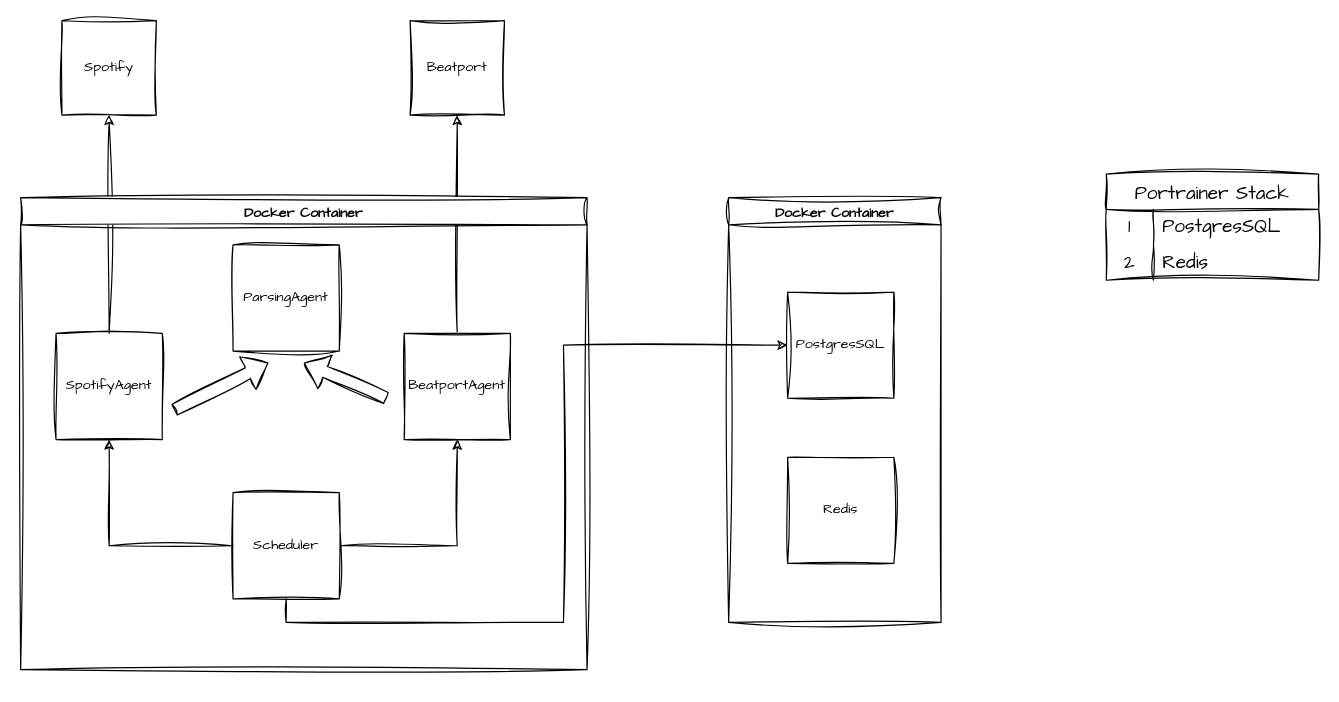
This is Diagrams/BigPicture.drawio from Y15/GrooveFinder, a draw.io file, before an edit. Source tidied: cells renumbered, new cells numbered last; positions are measured from the earlier drawing's top-left corner, leaving out a move shared by most shapes. Both pictures are drawn from the tidied source at 118%, with x=0, y=0 at pixel (20, 20).
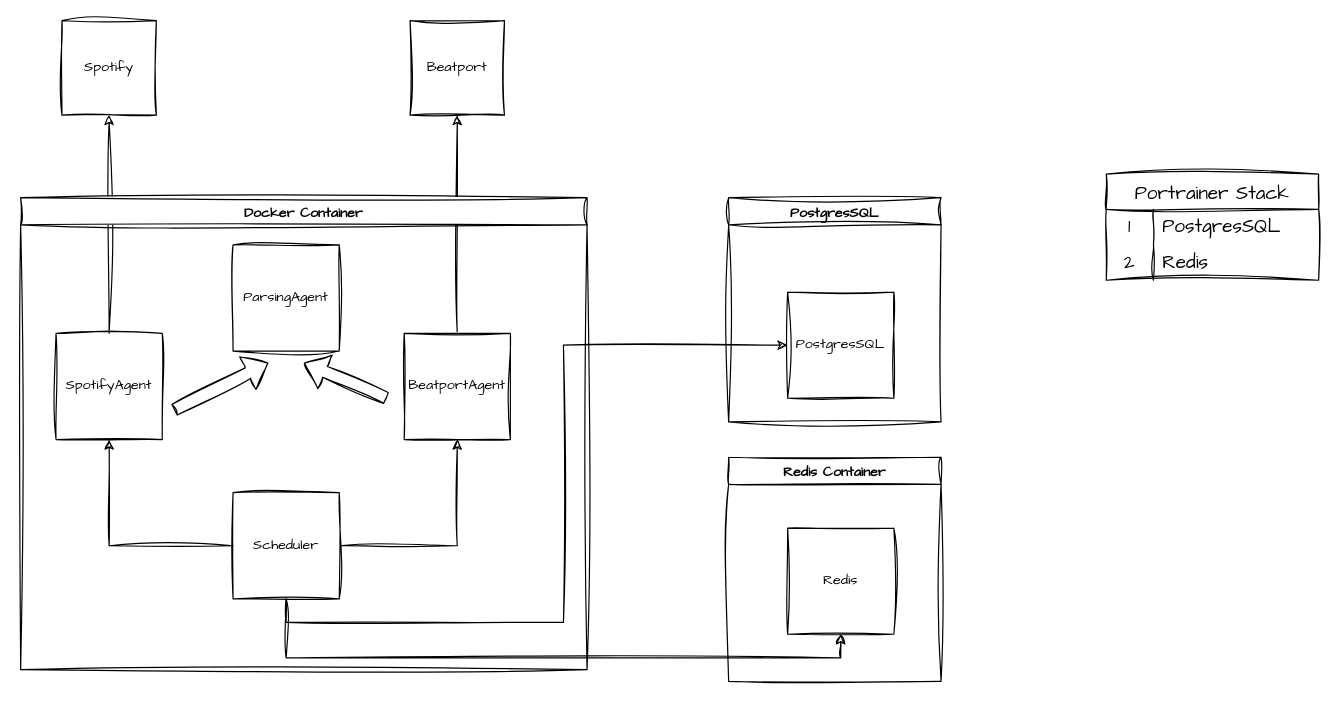
The same page after the edit.

Commit message (it also covers changes not shown here):
connection to postgresSQL is working

The change refers to these unchanged cells:
```xml
<mxCell id="14" value="Scheduler" style="whiteSpace=wrap;html=1;sketch=1;hachureGap=4;jiggle=2;curveFitting=1;fontFamily=Architects Daughter;" parent="6" vertex="1">
  <mxGeometry x="180" y="250" width="90" height="90" as="geometry" />
</mxCell>
```

Change to the diagram source:
```diff
@@
-    <mxCell id="15" value="Docker Container" style="swimlane;sketch=1;hachureGap=4;jiggle=2;curveFitting=1;fontFamily=Architects Daughter;" parent="1" vertex="1">
-      <mxGeometry x="600" y="150" width="180" height="360" as="geometry" />
+    <mxCell id="15" value="PostgresSQL" style="swimlane;sketch=1;hachureGap=4;jiggle=2;curveFitting=1;fontFamily=Architects Daughter;" parent="1" vertex="1">
+      <mxGeometry x="600" y="150" width="180" height="190" as="geometry" />
     </mxCell>
@@
-    <mxCell id="17" value="Redis" style="whiteSpace=wrap;html=1;sketch=1;hachureGap=4;jiggle=2;curveFitting=1;fontFamily=Architects Daughter;" parent="15" vertex="1">
-      <mxGeometry x="50" y="220" width="90" height="90" as="geometry" />
-    </mxCell>
@@
+    <mxCell id="26" value="Redis Container" style="swimlane;sketch=1;hachureGap=4;jiggle=2;curveFitting=1;fontFamily=Architects Daughter;" parent="1" vertex="1">
+      <mxGeometry x="600" y="370" width="180" height="190" as="geometry" />
+    </mxCell>
+    <mxCell id="17" value="Redis" style="whiteSpace=wrap;html=1;sketch=1;hachureGap=4;jiggle=2;curveFitting=1;fontFamily=Architects Daughter;" parent="26" vertex="1">
+      <mxGeometry x="50" y="60" width="90" height="90" as="geometry" />
+    </mxCell>
+    <mxCell id="27" style="edgeStyle=orthogonalEdgeStyle;rounded=0;sketch=1;hachureGap=4;jiggle=2;curveFitting=1;jettySize=auto;html=1;fontFamily=Architects Daughter;" parent="1" edge="1" source="14" target="17">
+      <mxGeometry relative="1" as="geometry">
+        <Array as="points">
+          <mxPoint x="225" y="540" />
+          <mxPoint x="695" y="540" />
+        </Array>
+      </mxGeometry>
+    </mxCell>
```
